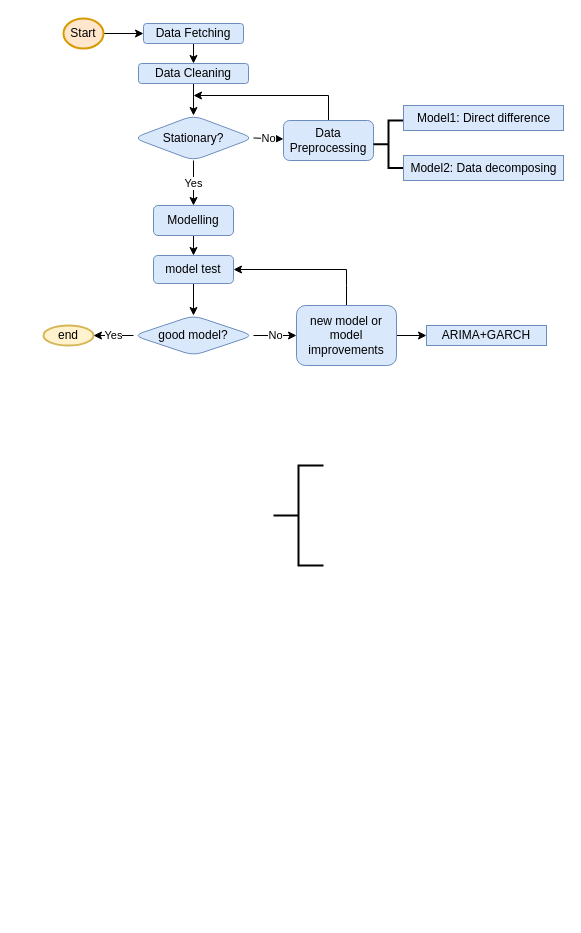
This is figures/Untitled Diagram.drawio from zzp1012/tesla-stock-prediction, a draw.io file, before an edit. Source tidied: cells renumbered, new cells numbered last; positions are measured from the earlier drawing's top-left corner, leaving out a move shared by most shapes. Both pictures are drawn from the tidied source at 100%, with x=0, y=0 at pixel (43, 18).
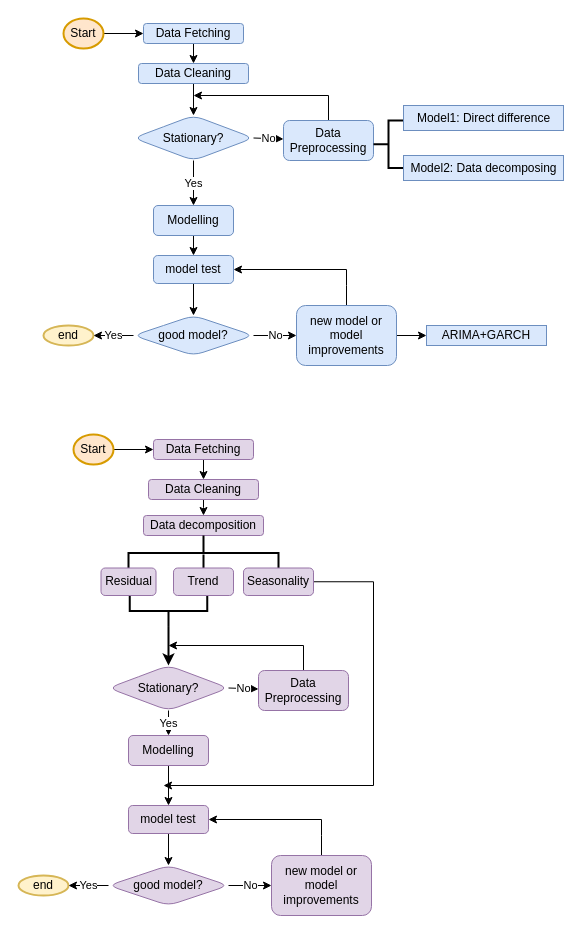
The same page after the edit.

Change to the diagram source:
```diff
@@
-    <mxCell id="29" style="strokeWidth=2;html=1;shape=mxgraph.flowchart.annotation_2;align=left;labelPosition=right;" parent="1" vertex="1">
-      <mxGeometry x="230" y="447" width="50" height="100" as="geometry" />
-    </mxCell>
+    <mxCell id="30" style="edgeStyle=none;rounded=0;jettySize=auto;html=1;exitX=0.5;exitY=1;exitDx=0;exitDy=0;entryX=0.5;entryY=0;entryDx=0;entryDy=0;" parent="1" edge="1" source="31" target="33">
+      <mxGeometry relative="1" as="geometry" />
+    </mxCell>
+    <mxCell id="31" value="Data Fetching" style="rounded=1;whiteSpace=wrap;html=1;fontSize=12;glass=0;strokeWidth=1;shadow=0;fillColor=#e1d5e7;strokeColor=#9673a6;" parent="1" vertex="1">
+      <mxGeometry x="110" y="421" width="100" height="20" as="geometry" />
+    </mxCell>
+    <mxCell id="32" style="edgeStyle=elbowEdgeStyle;rounded=0;jettySize=auto;html=1;" parent="1" edge="1" source="33" target="51">
+      <mxGeometry relative="1" as="geometry" />
+    </mxCell>
+    <mxCell id="33" value="Data Cleaning" style="rounded=1;whiteSpace=wrap;html=1;fontSize=12;glass=0;strokeWidth=1;shadow=0;fillColor=#e1d5e7;strokeColor=#9673a6;" parent="1" vertex="1">
+      <mxGeometry x="105" y="461" width="110" height="20" as="geometry" />
+    </mxCell>
+    <mxCell id="34" style="edgeStyle=none;rounded=0;jettySize=auto;html=1;exitX=1;exitY=0.5;exitDx=0;exitDy=0;exitPerimeter=0;entryX=0;entryY=0.5;entryDx=0;entryDy=0;" parent="1" edge="1" source="35" target="31">
+      <mxGeometry relative="1" as="geometry" />
+    </mxCell>
+    <mxCell id="35" value="Start" style="strokeWidth=2;html=1;shape=mxgraph.flowchart.start_1;whiteSpace=wrap;fillColor=#ffe6cc;strokeColor=#d79b00;" parent="1" vertex="1">
+      <mxGeometry x="30" y="416" width="40" height="30" as="geometry" />
+    </mxCell>
+    <mxCell id="36" value="Stationary?" style="rhombus;whiteSpace=wrap;html=1;rounded=1;shadow=0;strokeWidth=1;glass=0;fillColor=#e1d5e7;strokeColor=#9673a6;" parent="1" vertex="1">
+      <mxGeometry x="65" y="647" width="120" height="45" as="geometry" />
+    </mxCell>
+    <mxCell id="37" style="edgeStyle=none;rounded=0;jettySize=auto;html=1;exitX=0.5;exitY=0;exitDx=0;exitDy=0;" parent="1" edge="1" source="38">
+      <mxGeometry relative="1" as="geometry">
+        <mxPoint x="125" y="627" as="targetPoint" />
+        <Array as="points">
+          <mxPoint x="260" y="627" />
+        </Array>
+      </mxGeometry>
+    </mxCell>
+    <mxCell id="38" value="Data Preprocessing" style="whiteSpace=wrap;html=1;rounded=1;shadow=0;strokeWidth=1;glass=0;fillColor=#e1d5e7;strokeColor=#9673a6;" parent="1" vertex="1">
+      <mxGeometry x="215" y="652" width="90" height="40" as="geometry" />
+    </mxCell>
+    <mxCell id="39" value="No" style="edgeStyle=none;rounded=0;jettySize=auto;html=1;exitX=1;exitY=0.5;exitDx=0;exitDy=0;" parent="1" edge="1" source="36" target="38">
+      <mxGeometry relative="1" as="geometry" />
+    </mxCell>
+    <mxCell id="40" style="edgeStyle=none;rounded=0;jettySize=auto;html=1;" parent="1" edge="1" source="41" target="44">
+      <mxGeometry relative="1" as="geometry" />
+    </mxCell>
+    <mxCell id="41" value="Modelling" style="whiteSpace=wrap;html=1;rounded=1;shadow=0;strokeWidth=1;glass=0;fillColor=#e1d5e7;strokeColor=#9673a6;" parent="1" vertex="1">
+      <mxGeometry x="85" y="717" width="80" height="30" as="geometry" />
+    </mxCell>
+    <mxCell id="42" value="Yes" style="edgeStyle=none;rounded=0;jettySize=auto;html=1;" parent="1" edge="1" source="36" target="41">
+      <mxGeometry relative="1" as="geometry" />
+    </mxCell>
+    <mxCell id="43" style="edgeStyle=none;rounded=0;jettySize=auto;html=1;" parent="1" edge="1" source="44" target="45">
+      <mxGeometry relative="1" as="geometry" />
+    </mxCell>
+    <mxCell id="44" value="model test" style="whiteSpace=wrap;html=1;rounded=1;shadow=0;strokeWidth=1;glass=0;fillColor=#e1d5e7;strokeColor=#9673a6;" parent="1" vertex="1">
+      <mxGeometry x="85" y="787" width="80" height="28" as="geometry" />
+    </mxCell>
+    <mxCell id="45" value="good model?" style="rhombus;whiteSpace=wrap;html=1;rounded=1;shadow=0;strokeWidth=1;glass=0;fillColor=#e1d5e7;strokeColor=#9673a6;" parent="1" vertex="1">
+      <mxGeometry x="65" y="847" width="120" height="40" as="geometry" />
+    </mxCell>
+    <mxCell id="46" style="edgeStyle=none;rounded=0;jettySize=auto;html=1;exitX=0.5;exitY=0;exitDx=0;exitDy=0;entryX=1;entryY=0.5;entryDx=0;entryDy=0;" parent="1" edge="1" source="47" target="44">
+      <mxGeometry relative="1" as="geometry">
+        <Array as="points">
+          <mxPoint x="278" y="817" />
+          <mxPoint x="278" y="801" />
+        </Array>
+      </mxGeometry>
+    </mxCell>
+    <mxCell id="47" value="new model or model improvements" style="whiteSpace=wrap;html=1;rounded=1;shadow=0;strokeWidth=1;glass=0;fillColor=#e1d5e7;strokeColor=#9673a6;" parent="1" vertex="1">
+      <mxGeometry x="228" y="837" width="100" height="60" as="geometry" />
+    </mxCell>
+    <mxCell id="48" value="No" style="edgeStyle=none;rounded=0;jettySize=auto;html=1;" parent="1" edge="1" source="45" target="47">
+      <mxGeometry relative="1" as="geometry" />
+    </mxCell>
+    <mxCell id="49" value="end" style="ellipse;whiteSpace=wrap;html=1;rounded=1;shadow=0;strokeWidth=2;glass=0;fillColor=#fff2cc;strokeColor=#d6b656;" parent="1" vertex="1">
+      <mxGeometry x="-25" y="857" width="50" height="20" as="geometry" />
+    </mxCell>
+    <mxCell id="50" value="Yes" style="edgeStyle=none;rounded=0;jettySize=auto;html=1;" parent="1" edge="1" source="45" target="49">
+      <mxGeometry relative="1" as="geometry" />
+    </mxCell>
+    <mxCell id="51" value="Data decomposition" style="whiteSpace=wrap;html=1;rounded=1;shadow=0;strokeColor=#9673a6;strokeWidth=1;fillColor=#e1d5e7;glass=0;" parent="1" vertex="1">
+      <mxGeometry x="100" y="497" width="120" height="20" as="geometry" />
+    </mxCell>
+    <mxCell id="52" style="strokeWidth=2;html=1;shape=mxgraph.flowchart.annotation_2;align=left;labelPosition=right;gradientColor=none;rotation=90;" parent="1" vertex="1">
+      <mxGeometry x="142.5" y="459.5" width="35" height="150" as="geometry" />
+    </mxCell>
+    <mxCell id="53" style="endArrow=none;html=1;rounded=0;strokeWidth=2;" parent="1" edge="1">
+      <mxGeometry relative="1" as="geometry">
+        <mxPoint x="160" y="536" as="sourcePoint" />
+        <mxPoint x="160" y="557" as="targetPoint" />
+      </mxGeometry>
+    </mxCell>
+    <mxCell id="54" value="Trend" style="rounded=1;whiteSpace=wrap;html=1;fillColor=#e1d5e7;strokeColor=#9673a6;" parent="1" vertex="1">
+      <mxGeometry x="130" y="549.5" width="60" height="27.5" as="geometry" />
+    </mxCell>
+    <mxCell id="55" value="Residual" style="rounded=1;whiteSpace=wrap;html=1;fillColor=#e1d5e7;strokeColor=#9673a6;" parent="1" vertex="1">
+      <mxGeometry x="57.5" y="549.5" width="55" height="27.5" as="geometry" />
+    </mxCell>
+    <mxCell id="56" style="edgeStyle=elbowEdgeStyle;rounded=0;jettySize=auto;html=1;exitX=1;exitY=0.5;exitDx=0;exitDy=0;strokeWidth=1;" parent="1" edge="1" source="57">
+      <mxGeometry relative="1" as="geometry">
+        <mxPoint x="120" y="767" as="targetPoint" />
+        <Array as="points">
+          <mxPoint x="330" y="667" />
+          <mxPoint x="340" y="677" />
+        </Array>
+      </mxGeometry>
+    </mxCell>
+    <mxCell id="57" value="Seasonality" style="rounded=1;whiteSpace=wrap;html=1;fillColor=#e1d5e7;strokeColor=#9673a6;" parent="1" vertex="1">
+      <mxGeometry x="200" y="549.5" width="70" height="27.5" as="geometry" />
+    </mxCell>
+    <mxCell id="58" style="edgeStyle=elbowEdgeStyle;rounded=0;jettySize=auto;html=1;exitX=0;exitY=0.5;exitDx=0;exitDy=0;exitPerimeter=0;strokeWidth=2;" parent="1" edge="1" source="59">
+      <mxGeometry relative="1" as="geometry">
+        <mxPoint x="125" y="647" as="targetPoint" />
+      </mxGeometry>
+    </mxCell>
+    <mxCell id="59" style="strokeWidth=2;html=1;shape=mxgraph.flowchart.annotation_2;align=left;labelPosition=right;gradientColor=none;rotation=-90;" parent="1" vertex="1">
+      <mxGeometry x="110" y="553.8" width="30" height="77.5" as="geometry" />
+    </mxCell>
```
